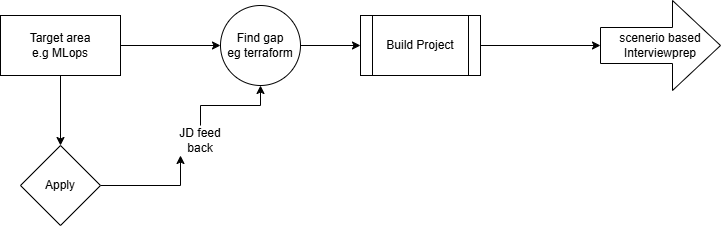
This is create_approach to job.drawio.png from Abhishek-IITM99/Interview_prep_Machine_learning, a draw.io export, as it was before one commit. Source tidied: cells renumbered, new cells last; positions are measured from the earlier drawing's top-left corner, leaving out a move shared by most shapes.
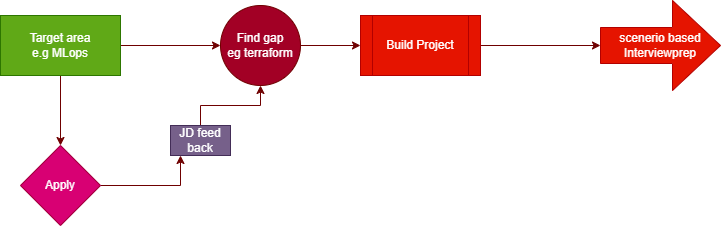
Above is the later version.

What changed in the source:
```diff
@@ -2,44 +2,44 @@
   <root>
     <mxCell id="0" />
     <mxCell id="1" parent="0" />
-    <mxCell id="2" style="edgeStyle=orthogonalEdgeStyle;rounded=0;jettySize=auto;html=1;" parent="1" edge="1" source="4" target="6">
+    <mxCell id="2" style="edgeStyle=orthogonalEdgeStyle;rounded=0;jettySize=auto;html=1;fillColor=#a20025;strokeColor=#6F0000;" parent="1" edge="1" source="4" target="6">
       <mxGeometry relative="1" as="geometry" />
     </mxCell>
-    <mxCell id="3" style="edgeStyle=orthogonalEdgeStyle;rounded=0;jettySize=auto;html=1;" parent="1" edge="1" source="4" target="11">
+    <mxCell id="3" style="edgeStyle=orthogonalEdgeStyle;rounded=0;jettySize=auto;html=1;fillColor=#a20025;strokeColor=#6F0000;" parent="1" edge="1" source="4" target="11">
       <mxGeometry relative="1" as="geometry" />
     </mxCell>
-    <mxCell id="4" value="Target area&lt;div&gt;e.g MLops&lt;/div&gt;" style="rounded=0;whiteSpace=wrap;html=1;" parent="1" vertex="1">
+    <mxCell id="4" value="Target area&lt;div&gt;e.g MLops&lt;/div&gt;" style="rounded=0;whiteSpace=wrap;html=1;fillColor=#60a917;fontColor=#ffffff;strokeColor=#2D7600;" parent="1" vertex="1">
       <mxGeometry y="15" width="120" height="60" as="geometry" />
     </mxCell>
-    <mxCell id="5" style="edgeStyle=orthogonalEdgeStyle;rounded=0;jettySize=auto;html=1;" parent="1" edge="1" source="6" target="8">
+    <mxCell id="5" style="edgeStyle=orthogonalEdgeStyle;rounded=0;jettySize=auto;html=1;fillColor=#a20025;strokeColor=#6F0000;" parent="1" edge="1" source="6" target="8">
       <mxGeometry relative="1" as="geometry" />
     </mxCell>
-    <mxCell id="6" value="Find gap&lt;br&gt;eg terraform" style="ellipse;whiteSpace=wrap;html=1;rounded=0;" parent="1" vertex="1">
+    <mxCell id="6" value="Find gap&lt;br&gt;eg terraform" style="ellipse;whiteSpace=wrap;html=1;rounded=0;fillColor=#a20025;fontColor=#ffffff;strokeColor=#6F0000;" parent="1" vertex="1">
       <mxGeometry x="220" y="5" width="80" height="80" as="geometry" />
     </mxCell>
-    <mxCell id="7" style="edgeStyle=orthogonalEdgeStyle;rounded=0;jettySize=auto;html=1;" parent="1" edge="1" source="8" target="9">
+    <mxCell id="7" style="edgeStyle=orthogonalEdgeStyle;rounded=0;jettySize=auto;html=1;fillColor=#a20025;strokeColor=#6F0000;" parent="1" edge="1" source="8" target="9">
       <mxGeometry relative="1" as="geometry" />
     </mxCell>
-    <mxCell id="8" value="Build Project" style="shape=process;whiteSpace=wrap;html=1;backgroundOutline=1;rounded=0;" parent="1" vertex="1">
+    <mxCell id="8" value="Build Project" style="shape=process;whiteSpace=wrap;html=1;backgroundOutline=1;rounded=0;fillColor=#e51400;fontColor=#ffffff;strokeColor=#B20000;" parent="1" vertex="1">
       <mxGeometry x="360" y="15" width="120" height="60" as="geometry" />
     </mxCell>
-    <mxCell id="9" value="scenerio based Interviewprep" style="shape=singleArrow;whiteSpace=wrap;html=1;arrowWidth=0.4;arrowSize=0.4;rounded=0;" parent="1" vertex="1">
+    <mxCell id="9" value="scenerio based Interviewprep" style="shape=singleArrow;whiteSpace=wrap;html=1;arrowWidth=0.4;arrowSize=0.4;rounded=0;fillColor=#e51400;fontColor=#ffffff;strokeColor=#B20000;" parent="1" vertex="1">
       <mxGeometry x="600" width="120" height="90" as="geometry" />
     </mxCell>
-    <mxCell id="10" style="edgeStyle=orthogonalEdgeStyle;rounded=0;jettySize=auto;html=1;" parent="1" edge="1" source="11" target="13">
+    <mxCell id="10" style="edgeStyle=orthogonalEdgeStyle;rounded=0;jettySize=auto;html=1;fillColor=#a20025;strokeColor=#6F0000;" parent="1" edge="1" source="11" target="13">
       <mxGeometry relative="1" as="geometry">
         <Array as="points">
           <mxPoint x="180" y="185" />
         </Array>
       </mxGeometry>
     </mxCell>
-    <mxCell id="11" value="Apply" style="rhombus;whiteSpace=wrap;html=1;rounded=0;" parent="1" vertex="1">
+    <mxCell id="11" value="Apply" style="rhombus;whiteSpace=wrap;html=1;rounded=0;fillColor=#d80073;fontColor=#ffffff;strokeColor=#A50040;" parent="1" vertex="1">
       <mxGeometry x="20" y="145" width="80" height="80" as="geometry" />
     </mxCell>
-    <mxCell id="12" style="edgeStyle=orthogonalEdgeStyle;rounded=0;jettySize=auto;html=1;entryX=0.5;entryY=1;entryDx=0;entryDy=0;" parent="1" edge="1" source="13" target="6">
+    <mxCell id="12" style="edgeStyle=orthogonalEdgeStyle;rounded=0;jettySize=auto;html=1;entryX=0.5;entryY=1;entryDx=0;entryDy=0;fillColor=#a20025;strokeColor=#6F0000;" parent="1" edge="1" source="13" target="6">
       <mxGeometry relative="1" as="geometry" />
     </mxCell>
-    <mxCell id="13" value="JD feed back" style="text;html=1;whiteSpace=wrap;strokeColor=none;fillColor=none;align=center;verticalAlign=middle;rounded=0;" parent="1" vertex="1">
+    <mxCell id="13" value="JD feed back" style="text;html=1;whiteSpace=wrap;strokeColor=#432D57;fillColor=#76608a;align=center;verticalAlign=middle;rounded=0;fontColor=#ffffff;" parent="1" vertex="1">
       <mxGeometry x="170" y="125" width="60" height="30" as="geometry" />
     </mxCell>
   </root>
```
